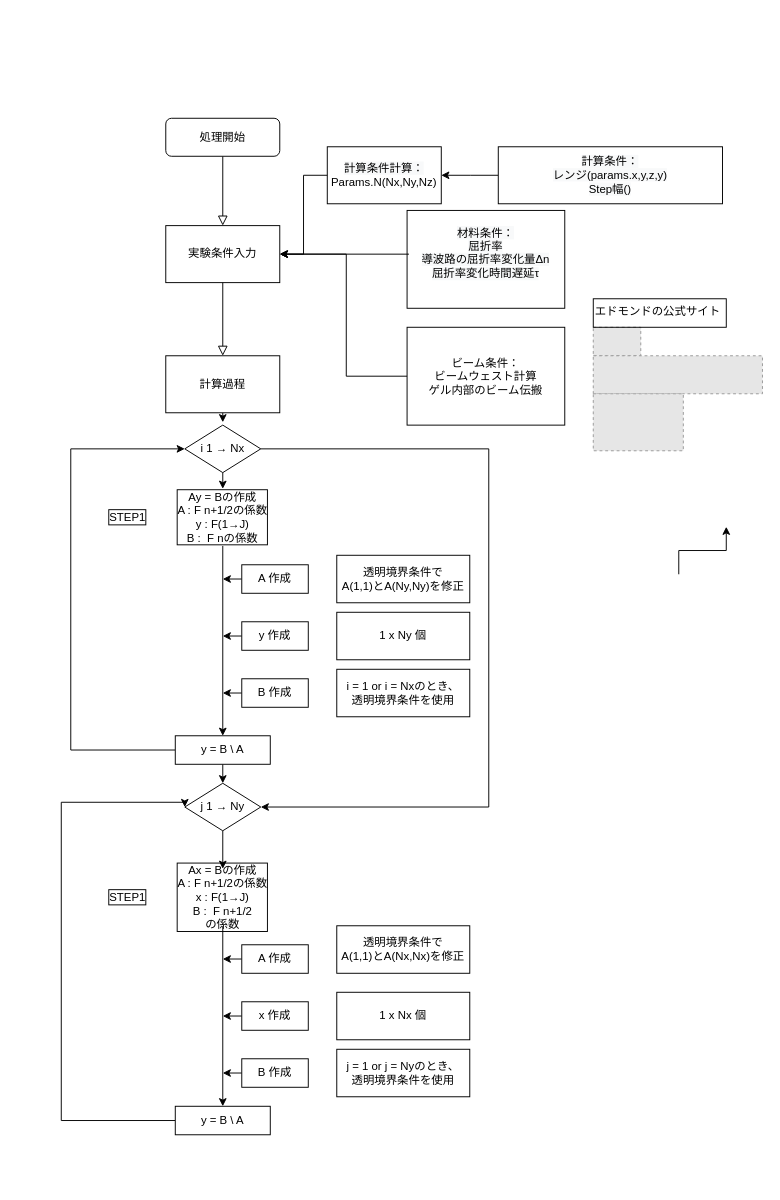
Before: 3D_FD_ADI_BPM.drawio in ktoyoda/3D_BeamPropagateMethod, a draw.io diagram. Source tidied: cells renumbered, new cells numbered last; positions are measured from the earlier drawing's top-left corner, leaving out a move shared by most shapes. Both pictures are drawn from the tidied source at 95%, with x=0, y=0 at pixel (61, 118). Pictures stored in the file or linked from it are replaced by grey dashed boxes.
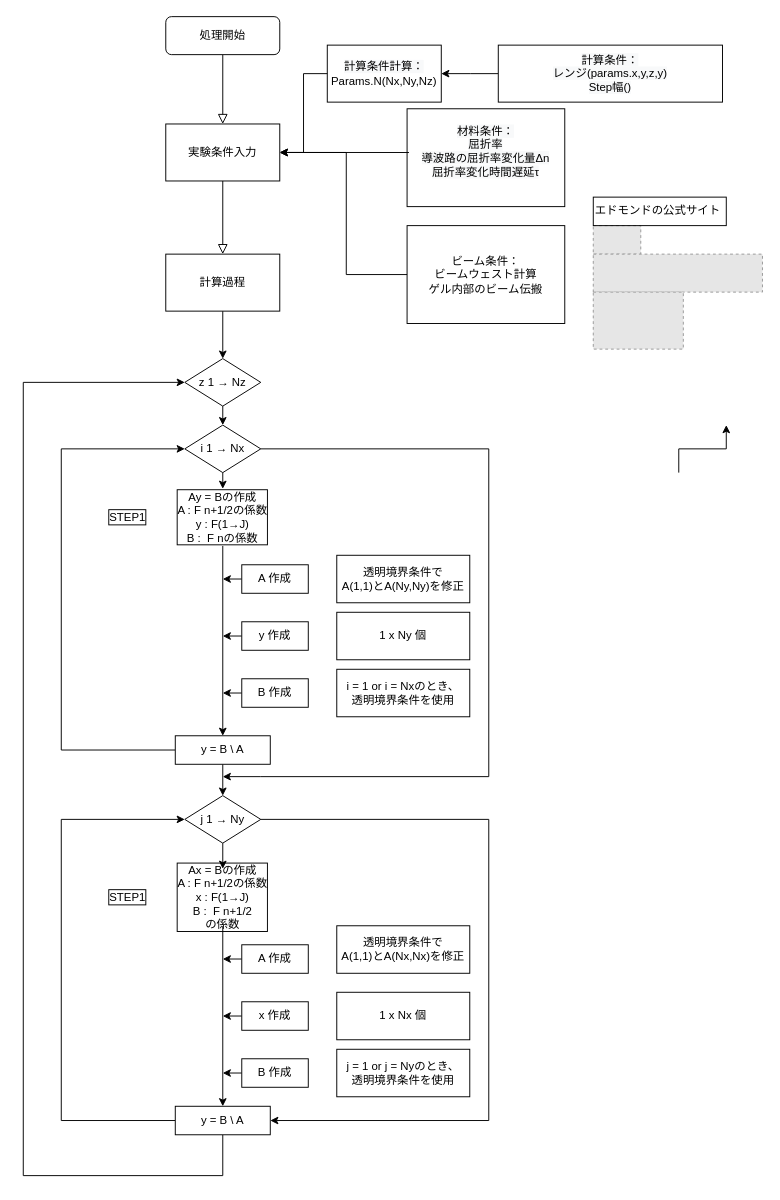
After the change.

Unchanged cells that the change refers to:
```xml
<mxCell id="34" value="y = B \ A" style="rounded=0;whiteSpace=wrap;html=1;labelBorderColor=none;strokeColor=default;" parent="1" vertex="1">
  <mxGeometry x="120" y="650" width="100" height="30" as="geometry" />
</mxCell>
<mxCell id="37" value="i 1 → Nx" style="rhombus;whiteSpace=wrap;html=1;labelBorderColor=none;strokeColor=default;" parent="1" vertex="1">
  <mxGeometry x="130" y="323" width="80" height="50" as="geometry" />
</mxCell>
<mxCell id="54" value="y = B \ A" style="rounded=0;whiteSpace=wrap;html=1;labelBorderColor=none;strokeColor=default;" parent="1" vertex="1">
  <mxGeometry x="120" y="1040" width="100" height="30" as="geometry" />
</mxCell>
```

Diff of the diagram source:
```diff
@@
     <mxCell id="3" value="処理開始" style="rounded=1;whiteSpace=wrap;html=1;fontSize=12;glass=0;strokeWidth=1;shadow=0;" parent="1" vertex="1">
-      <mxGeometry x="110" width="120" height="40" as="geometry" />
+      <mxGeometry x="110" y="-107" width="120" height="40" as="geometry" />
     </mxCell>
     <mxCell id="4" value="実験条件入力" style="rounded=0;whiteSpace=wrap;html=1;" parent="1" vertex="1">
-      <mxGeometry x="110" y="113" width="120" height="60" as="geometry" />
+      <mxGeometry x="110" y="6" width="120" height="60" as="geometry" />
     </mxCell>
     <mxCell id="5" style="edgeStyle=orthogonalEdgeStyle;rounded=0;jettySize=auto;html=1;exitX=0;exitY=0.5;exitDx=0;exitDy=0;" parent="1" edge="1" source="6">
       <mxGeometry relative="1" as="geometry">
-        <mxPoint x="400" y="60" as="targetPoint" />
+        <mxPoint x="400" y="-47" as="targetPoint" />
       </mxGeometry>
     </mxCell>
     <mxCell id="6" value="&lt;span style=&quot;color: rgb(0 , 0 , 0) ; font-family: &amp;#34;helvetica&amp;#34; ; font-size: 12px ; font-style: normal ; font-weight: 400 ; letter-spacing: normal ; text-align: center ; text-indent: 0px ; text-transform: none ; word-spacing: 0px ; background-color: rgb(248 , 249 , 250) ; display: inline ; float: none&quot;&gt;計算条件：&lt;/span&gt;&lt;br style=&quot;color: rgb(0 , 0 , 0) ; font-family: &amp;#34;helvetica&amp;#34; ; font-size: 12px ; font-style: normal ; font-weight: 400 ; letter-spacing: normal ; text-align: center ; text-indent: 0px ; text-transform: none ; word-spacing: 0px ; background-color: rgb(248 , 249 , 250)&quot;&gt;&lt;span style=&quot;color: rgb(0 , 0 , 0) ; font-family: &amp;#34;helvetica&amp;#34; ; font-size: 12px ; font-style: normal ; font-weight: 400 ; letter-spacing: normal ; text-align: center ; text-indent: 0px ; text-transform: none ; word-spacing: 0px ; background-color: rgb(248 , 249 , 250) ; display: inline ; float: none&quot;&gt;レンジ(params.x,y,z,y)&lt;/span&gt;&lt;br style=&quot;color: rgb(0 , 0 , 0) ; font-family: &amp;#34;helvetica&amp;#34; ; font-size: 12px ; font-style: normal ; font-weight: 400 ; letter-spacing: normal ; text-align: center ; text-indent: 0px ; text-transform: none ; word-spacing: 0px ; background-color: rgb(248 , 249 , 250)&quot;&gt;&lt;span style=&quot;color: rgb(0 , 0 , 0) ; font-family: &amp;#34;helvetica&amp;#34; ; font-size: 12px ; font-style: normal ; font-weight: 400 ; letter-spacing: normal ; text-align: center ; text-indent: 0px ; text-transform: none ; word-spacing: 0px ; background-color: rgb(248 , 249 , 250) ; display: inline ; float: none&quot;&gt;Step幅()&lt;/span&gt;" style="rounded=0;whiteSpace=wrap;html=1;" parent="1" vertex="1">
-      <mxGeometry x="460" y="30" width="236" height="60" as="geometry" />
+      <mxGeometry x="460" y="-77" width="236" height="60" as="geometry" />
     </mxCell>
     <mxCell id="7" value="&lt;span style=&quot;color: rgb(0 , 0 , 0) ; font-family: &amp;#34;helvetica&amp;#34; ; font-size: 12px ; font-style: normal ; font-weight: 400 ; letter-spacing: normal ; text-align: center ; text-indent: 0px ; text-transform: none ; word-spacing: 0px ; background-color: rgb(248 , 249 , 250) ; display: inline ; float: none&quot;&gt;材料条件：&lt;br&gt;屈折率&lt;br&gt;導波路の屈折率変化量Δn&lt;br&gt;屈折率変化時間遅延τ&lt;br&gt;&lt;br&gt;&lt;/span&gt;" style="rounded=0;whiteSpace=wrap;html=1;" parent="1" vertex="1">
-      <mxGeometry x="364" y="97" width="166" height="103" as="geometry" />
+      <mxGeometry x="364" y="-10" width="166" height="103" as="geometry" />
     </mxCell>
     <mxCell id="8" value="&lt;span style=&quot;color: rgb(0 , 0 , 0) ; font-family: &amp;#34;helvetica&amp;#34; ; font-size: 12px ; font-style: normal ; font-weight: 400 ; letter-spacing: normal ; text-align: center ; text-indent: 0px ; text-transform: none ; word-spacing: 0px ; background-color: rgb(248 , 249 , 250) ; display: inline ; float: none&quot;&gt;計算条件計算：&lt;br&gt;&lt;/span&gt;Params.N(Nx,Ny,Nz)" style="rounded=0;whiteSpace=wrap;html=1;" parent="1" vertex="1">
-      <mxGeometry x="280" y="30" width="120" height="60" as="geometry" />
+      <mxGeometry x="280" y="-77" width="120" height="60" as="geometry" />
     </mxCell>
@@
     <mxCell id="11" value="ビーム条件：&lt;br&gt;ビームウェスト計算&lt;br&gt;ゲル内部のビーム伝搬" style="rounded=0;whiteSpace=wrap;html=1;" parent="1" vertex="1">
-      <mxGeometry x="364" y="220" width="166" height="103" as="geometry" />
+      <mxGeometry x="364" y="113" width="166" height="103" as="geometry" />
     </mxCell>
     <mxCell id="12" style="edgeStyle=elbowEdgeStyle;elbow=horizontal;endArrow=classic;html=1;rounded=0;exitX=0;exitY=0.5;exitDx=0;exitDy=0;entryX=1;entryY=0.5;entryDx=0;entryDy=0;" parent="1" edge="1" source="11" target="4">
       <mxGeometry relative="1" as="geometry">
         <Array as="points">
-          <mxPoint x="300" y="220" />
+          <mxPoint x="300" y="113" />
         </Array>
       </mxGeometry>
     </mxCell>
@@
-    <mxCell id="14" style="edgeStyle=orthogonalEdgeStyle;rounded=0;jettySize=auto;html=1;exitX=0.5;exitY=1;exitDx=0;exitDy=0;" parent="1" edge="1" source="15">
-      <mxGeometry relative="1" as="geometry">
-        <mxPoint x="170" y="320" as="targetPoint" />
-      </mxGeometry>
+    <mxCell id="14" style="edgeStyle=orthogonalEdgeStyle;rounded=0;jettySize=auto;html=1;exitX=0.5;exitY=1;exitDx=0;exitDy=0;entryX=0.5;entryY=0;entryDx=0;entryDy=0;" parent="1" edge="1" source="15" target="58">
+      <mxGeometry relative="1" as="geometry" />
     </mxCell>
     <mxCell id="15" value="計算過程" style="rounded=0;whiteSpace=wrap;html=1;" parent="1" vertex="1">
-      <mxGeometry x="110" y="250" width="120" height="60" as="geometry" />
+      <mxGeometry x="110" y="143" width="120" height="60" as="geometry" />
     </mxCell>
     <mxCell id="16" style="fillColor=#E6E6E6;strokeColor=#999999;dashed=1;verticalLabelPosition=bottom;labelBackgroundColor=#ffffff;verticalAlign=top;" parent="1" vertex="1">
-      <mxGeometry x="560" y="220" width="50" height="30" as="geometry" />
+      <mxGeometry x="560" y="113" width="50" height="30" as="geometry" />
     </mxCell>
     <mxCell id="17" value="エドモンドの公式サイト&lt;br&gt;" style="text;whiteSpace=wrap;html=1;strokeColor=default;" parent="1" vertex="1">
-      <mxGeometry x="560" y="190" width="140" height="30" as="geometry" />
+      <mxGeometry x="560" y="83" width="140" height="30" as="geometry" />
     </mxCell>
     <mxCell id="18" style="fillColor=#E6E6E6;strokeColor=#999999;dashed=1;verticalLabelPosition=bottom;labelBackgroundColor=#ffffff;verticalAlign=top;" parent="1" vertex="1">
-      <mxGeometry x="560" y="250" width="178.1" height="40" as="geometry" />
+      <mxGeometry x="560" y="143" width="178.1" height="40" as="geometry" />
     </mxCell>
     <mxCell id="19" style="fillColor=#E6E6E6;strokeColor=#999999;dashed=1;verticalLabelPosition=bottom;labelBackgroundColor=#ffffff;verticalAlign=top;" parent="1" vertex="1">
-      <mxGeometry x="560" y="290" width="94.8" height="60" as="geometry" />
+      <mxGeometry x="560" y="183" width="94.8" height="60" as="geometry" />
     </mxCell>
@@
     <mxCell id="25" style="edgeStyle=elbowEdgeStyle;elbow=vertical;endArrow=classic;html=1;rounded=0;" parent="1" edge="1">
       <mxGeometry relative="1" as="geometry">
-        <mxPoint x="650" y="480" as="sourcePoint" />
-        <mxPoint x="700" y="430" as="targetPoint" />
+        <mxPoint x="650" y="373" as="sourcePoint" />
+        <mxPoint x="700" y="323" as="targetPoint" />
       </mxGeometry>
     </mxCell>
@@
     <mxCell id="32" style="edgeStyle=orthogonalEdgeStyle;rounded=0;jettySize=auto;html=1;exitX=0;exitY=0.5;exitDx=0;exitDy=0;entryX=0;entryY=0.5;entryDx=0;entryDy=0;" parent="1" edge="1" source="34" target="37">
       <mxGeometry relative="1" as="geometry">
         <Array as="points">
-          <mxPoint x="10" y="665" />
-          <mxPoint x="10" y="348" />
+          <mxPoint y="665" />
+          <mxPoint y="348" />
         </Array>
       </mxGeometry>
     </mxCell>
@@
-    <mxCell id="36" style="edgeStyle=orthogonalEdgeStyle;rounded=0;jettySize=auto;html=1;exitX=1;exitY=0.5;exitDx=0;exitDy=0;entryX=1;entryY=0.5;entryDx=0;entryDy=0;" parent="1" edge="1" source="37" target="39">
+    <mxCell id="36" style="edgeStyle=orthogonalEdgeStyle;rounded=0;jettySize=auto;html=1;exitX=1;exitY=0.5;exitDx=0;exitDy=0;" parent="1" edge="1" source="37">
       <mxGeometry relative="1" as="geometry">
+        <mxPoint x="170" y="693" as="targetPoint" />
         <Array as="points">
           <mxPoint x="450" y="348" />
-          <mxPoint x="450" y="725" />
+          <mxPoint x="450" y="693" />
+          <mxPoint x="210" y="693" />
         </Array>
       </mxGeometry>
     </mxCell>
@@
+    <mxCell id="55" style="edgeStyle=orthogonalEdgeStyle;rounded=0;jettySize=auto;html=1;exitX=1;exitY=0.5;exitDx=0;exitDy=0;entryX=1;entryY=0.5;entryDx=0;entryDy=0;" parent="1" edge="1" source="39" target="54">
+      <mxGeometry relative="1" as="geometry">
+        <Array as="points">
+          <mxPoint x="450" y="738" />
+          <mxPoint x="450" y="1055" />
+        </Array>
+      </mxGeometry>
+    </mxCell>
     <mxCell id="39" value="j 1 → Ny" style="rhombus;whiteSpace=wrap;html=1;labelBorderColor=none;strokeColor=default;" parent="1" vertex="1">
-      <mxGeometry x="130" y="700" width="80" height="50" as="geometry" />
+      <mxGeometry x="130" y="713" width="80" height="50" as="geometry" />
     </mxCell>
@@
     <mxCell id="53" style="edgeStyle=orthogonalEdgeStyle;rounded=0;jettySize=auto;html=1;exitX=0;exitY=0.5;exitDx=0;exitDy=0;entryX=0;entryY=0.5;entryDx=0;entryDy=0;" parent="1" edge="1" source="54" target="39">
       <mxGeometry relative="1" as="geometry">
         <Array as="points">
           <mxPoint y="1055" />
-          <mxPoint y="720" />
-          <mxPoint x="130" y="720" />
+          <mxPoint y="738" />
         </Array>
       </mxGeometry>
     </mxCell>
+    <mxCell id="56" style="edgeStyle=orthogonalEdgeStyle;rounded=0;jettySize=auto;html=1;exitX=0.5;exitY=1;exitDx=0;exitDy=0;entryX=0;entryY=0.5;entryDx=0;entryDy=0;" parent="1" edge="1" source="54" target="58">
+      <mxGeometry relative="1" as="geometry">
+        <Array as="points">
+          <mxPoint x="170" y="1113" />
+          <mxPoint x="-40" y="1113" />
+          <mxPoint x="-40" y="278" />
+        </Array>
+      </mxGeometry>
+    </mxCell>
@@
+    <mxCell id="57" style="edgeStyle=orthogonalEdgeStyle;rounded=0;jettySize=auto;html=1;exitX=0.5;exitY=1;exitDx=0;exitDy=0;entryX=0.5;entryY=0;entryDx=0;entryDy=0;" parent="1" edge="1" source="58" target="37">
+      <mxGeometry relative="1" as="geometry" />
+    </mxCell>
+    <mxCell id="58" value="z 1 → Nz" style="rhombus;whiteSpace=wrap;html=1;labelBorderColor=none;strokeColor=default;" parent="1" vertex="1">
+      <mxGeometry x="130" y="253" width="80" height="50" as="geometry" />
+    </mxCell>
```
